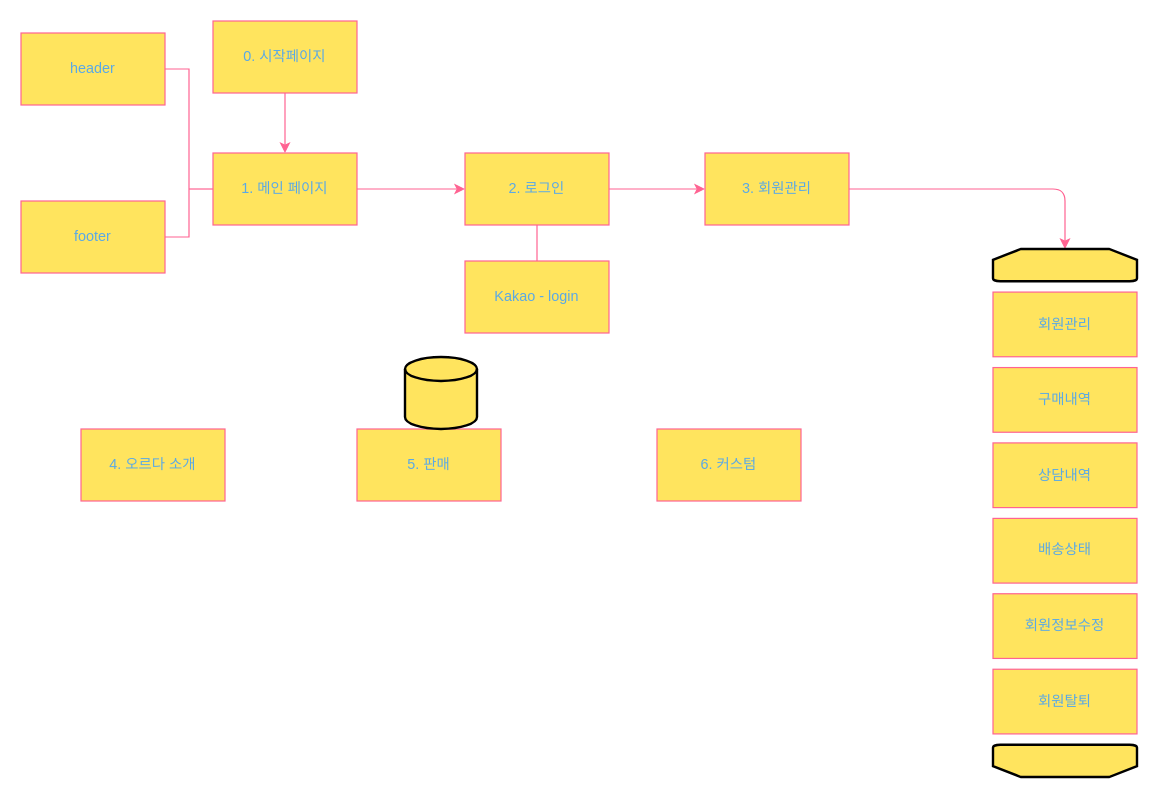
Before: Day41_project_SiteMaps.drawio in u8yes/JSPLab, a draw.io diagram. Source tidied: cells renumbered, new cells numbered last; positions are measured from the earlier drawing's top-left corner, leaving out a move shared by most shapes. Both pictures are drawn from the tidied source at 120%, with x=0, y=0 at pixel (20, 20).
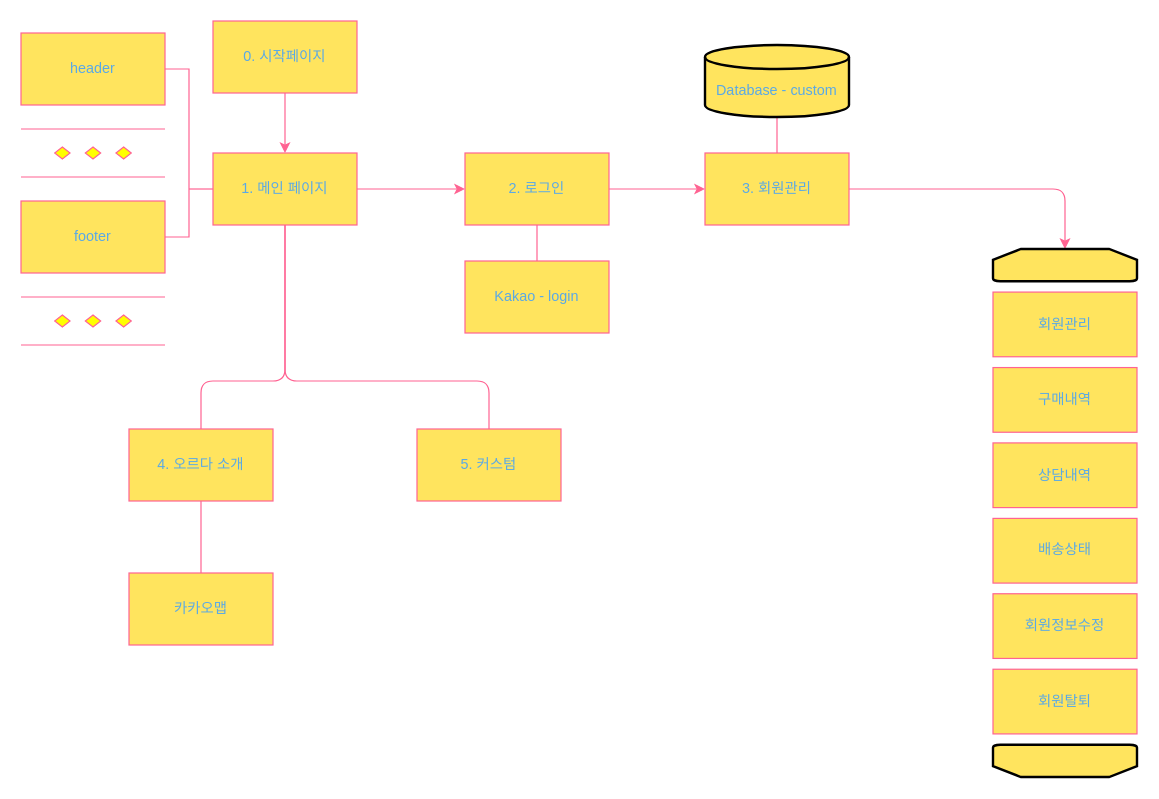
The same page after the edit.

Unchanged cells that the change refers to:
```xml
<mxCell id="6" value="1. 메인 페이지" style="rounded=0;whiteSpace=wrap;html=1;fillColor=#FFE45E;strokeColor=#FF6392;fontColor=#5AA9E6;" parent="1" vertex="1">
  <mxGeometry x="160" y="110" width="120" height="60" as="geometry" />
</mxCell>
<mxCell id="14" value="3. 회원관리" style="rounded=0;whiteSpace=wrap;html=1;fillColor=#FFE45E;strokeColor=#FF6392;fontColor=#5AA9E6;" parent="1" vertex="1">
  <mxGeometry x="570" y="110" width="120" height="60" as="geometry" />
</mxCell>
```

What changed in the source:
```diff
@@
+    <mxCell id="28" style="edgeStyle=orthogonalEdgeStyle;curved=0;rounded=1;sketch=0;jettySize=auto;html=1;entryX=0.5;entryY=0;entryDx=0;entryDy=0;endArrow=none;endFill=0;strokeColor=#FF6392;fillColor=#FFE45E;fontColor=#5AA9E6;" parent="1" edge="1" source="6" target="16">
+      <mxGeometry relative="1" as="geometry">
+        <Array as="points">
+          <mxPoint x="220" y="300" />
+          <mxPoint x="150" y="300" />
+        </Array>
+      </mxGeometry>
+    </mxCell>
+    <mxCell id="29" style="edgeStyle=orthogonalEdgeStyle;curved=0;rounded=1;sketch=0;jettySize=auto;html=1;exitX=0.5;exitY=1;exitDx=0;exitDy=0;endArrow=none;endFill=0;strokeColor=#FF6392;fillColor=#FFE45E;fontColor=#5AA9E6;" parent="1" edge="1" source="6" target="34">
+      <mxGeometry relative="1" as="geometry">
+        <Array as="points">
+          <mxPoint x="220" y="300" />
+          <mxPoint x="390" y="300" />
+        </Array>
+      </mxGeometry>
+    </mxCell>
@@
+    <mxCell id="30" style="edgeStyle=orthogonalEdgeStyle;curved=0;rounded=1;sketch=0;jettySize=auto;html=1;endArrow=none;endFill=0;strokeColor=#FF6392;fillColor=#FFE45E;fontColor=#5AA9E6;" parent="1" edge="1" source="16" target="35">
+      <mxGeometry relative="1" as="geometry" />
+    </mxCell>
     <mxCell id="16" value="4. 오르다 소개" style="rounded=0;whiteSpace=wrap;html=1;fillColor=#FFE45E;strokeColor=#FF6392;fontColor=#5AA9E6;" parent="1" vertex="1">
-      <mxGeometry x="50" y="340" width="120" height="60" as="geometry" />
+      <mxGeometry x="90" y="340" width="120" height="60" as="geometry" />
     </mxCell>
-    <mxCell id="17" value="5. 판매" style="rounded=0;whiteSpace=wrap;html=1;fillColor=#FFE45E;strokeColor=#FF6392;fontColor=#5AA9E6;" parent="1" vertex="1">
-      <mxGeometry x="280" y="340" width="120" height="60" as="geometry" />
-    </mxCell>
-    <mxCell id="18" value="6. 커스텀" style="rounded=0;whiteSpace=wrap;html=1;fillColor=#FFE45E;strokeColor=#FF6392;fontColor=#5AA9E6;" parent="1" vertex="1">
-      <mxGeometry x="530" y="340" width="120" height="60" as="geometry" />
-    </mxCell>
@@
+    <mxCell id="31" style="edgeStyle=orthogonalEdgeStyle;curved=0;rounded=1;sketch=0;jettySize=auto;html=1;endArrow=none;endFill=0;strokeColor=#FF6392;fillColor=#FFE45E;fontColor=#5AA9E6;" parent="1" edge="1" source="27" target="14">
+      <mxGeometry relative="1" as="geometry" />
+    </mxCell>
-    <mxCell id="27" style="strokeWidth=2;html=1;shape=mxgraph.flowchart.database;whiteSpace=wrap;rounded=0;sketch=0;fillColor=#FFE45E;fontColor=#5AA9E6;" parent="1" vertex="1">
-      <mxGeometry x="320" y="280" width="60" height="60" as="geometry" />
+    <mxCell id="27" value="&lt;br&gt;Database - custom" style="strokeWidth=2;html=1;shape=mxgraph.flowchart.database;whiteSpace=wrap;rounded=0;sketch=0;fillColor=#FFE45E;fontColor=#5AA9E6;" parent="1" vertex="1">
+      <mxGeometry x="570" y="20" width="120" height="60" as="geometry" />
     </mxCell>
+    <mxCell id="32" style="verticalLabelPosition=bottom;verticalAlign=top;html=1;shape=mxgraph.flowchart.parallel_mode;rounded=0;sketch=0;strokeColor=#FF6392;fillColor=#FFE45E;fontColor=#5AA9E6;" parent="1" vertex="1">
+      <mxGeometry y="90" width="120" height="40" as="geometry" />
+    </mxCell>
+    <mxCell id="33" style="verticalLabelPosition=bottom;verticalAlign=top;html=1;shape=mxgraph.flowchart.parallel_mode;rounded=0;sketch=0;strokeColor=#FF6392;fillColor=#FFE45E;fontColor=#5AA9E6;" parent="1" vertex="1">
+      <mxGeometry y="230" width="120" height="40" as="geometry" />
+    </mxCell>
+    <mxCell id="34" value="5. 커스텀" style="rounded=0;whiteSpace=wrap;html=1;fillColor=#FFE45E;strokeColor=#FF6392;fontColor=#5AA9E6;" parent="1" vertex="1">
+      <mxGeometry x="330" y="340" width="120" height="60" as="geometry" />
+    </mxCell>
+    <mxCell id="35" value="카카오맵" style="rounded=0;whiteSpace=wrap;html=1;sketch=0;strokeColor=#FF6392;fillColor=#FFE45E;fontColor=#5AA9E6;" parent="1" vertex="1">
+      <mxGeometry x="90" y="460" width="120" height="60" as="geometry" />
+    </mxCell>
```
